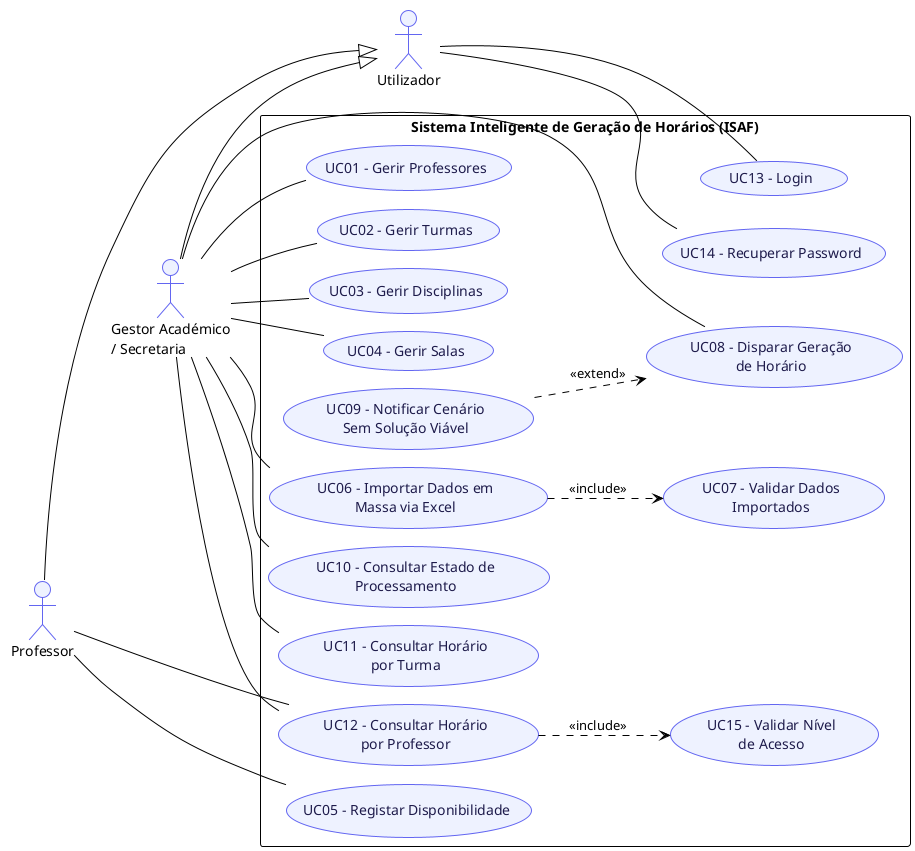
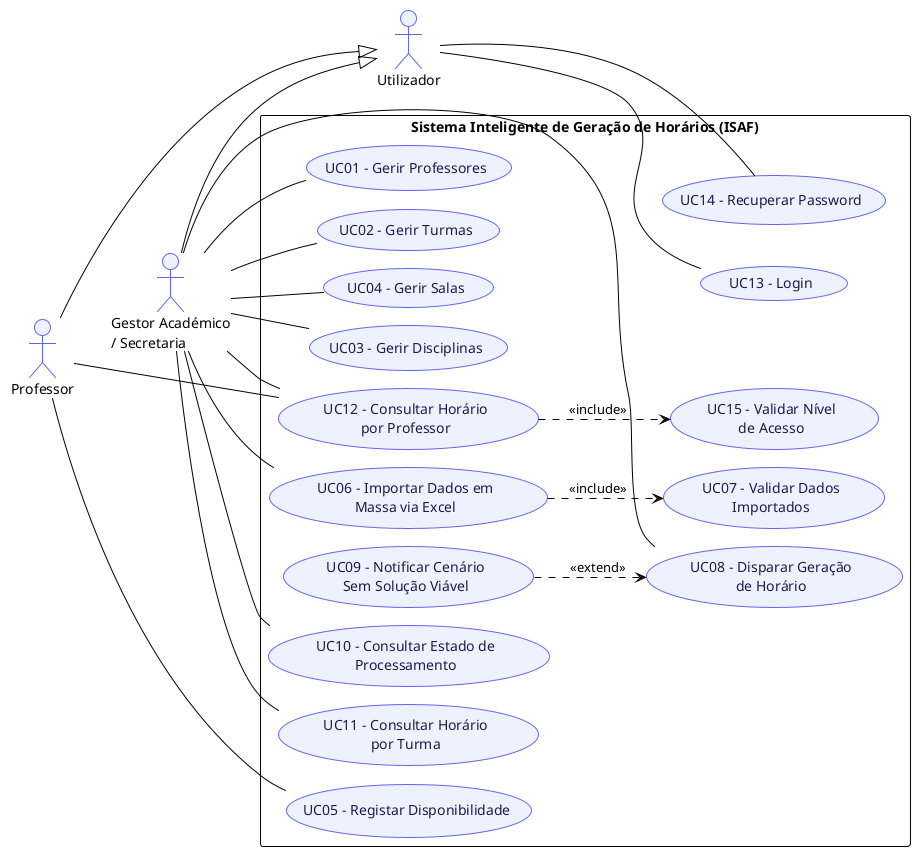
@startuml usecase
!pragma layout smetana
!theme plain
skinparam backgroundColor white
skinparam actor {
  BorderColor #6366F1
  BackgroundColor #EEF2FF
}
skinparam usecase {
  BorderColor #6366F1
  BackgroundColor #EEF2FF
  FontColor #1E1B4B
}
left to right direction

actor "Utilizador" as Utilizador
actor "Gestor Académico\n/ Secretaria" as Gestor
actor "Professor" as Professor

Gestor --|> Utilizador
Professor --|> Utilizador

rectangle "Sistema Inteligente de Geração de Horários (ISAF)" {
  usecase "UC13 - Login" as UC13
  usecase "UC14 - Recuperar Password" as UC14

  usecase "UC01 - Gerir Professores" as UC01
  usecase "UC02 - Gerir Turmas" as UC02
  usecase "UC03 - Gerir Disciplinas" as UC03
  usecase "UC04 - Gerir Salas" as UC04
  usecase "UC05 - Registar Disponibilidade" as UC05
  usecase "UC06 - Importar Dados em\nMassa via Excel" as UC06
  usecase "UC07 - Validar Dados\nImportados" as UC07
  usecase "UC08 - Disparar Geração\nde Horário" as UC08
  usecase "UC09 - Notificar Cenário\nSem Solução Viável" as UC09
  usecase "UC10 - Consultar Estado de\nProcessamento" as UC10
  usecase "UC11 - Consultar Horário\npor Turma" as UC11
  usecase "UC12 - Consultar Horário\npor Professor" as UC12
  usecase "UC15 - Validar Nível\nde Acesso" as UC15
}

Utilizador -- UC13
Utilizador -- UC14

Gestor -- UC01
Gestor -- UC02
Gestor -- UC03
Gestor -- UC04
Gestor -- UC06
Gestor -- UC08
Gestor -- UC10
Gestor -- UC11
Gestor -- UC12

Professor -- UC05
Professor -- UC12

UC06 ..> UC07 : <<include>>
UC09 ..> UC08 : <<extend>>
UC12 ..> UC15 : <<include>>

Utilizador -[hidden]up- Gestor
Gestor -[hidden]up- Professor
UC13 -[hidden]up- UC03
UC14 -[hidden]up- UC04
+ UC08 -[hidden]left- UC09

@enduml
